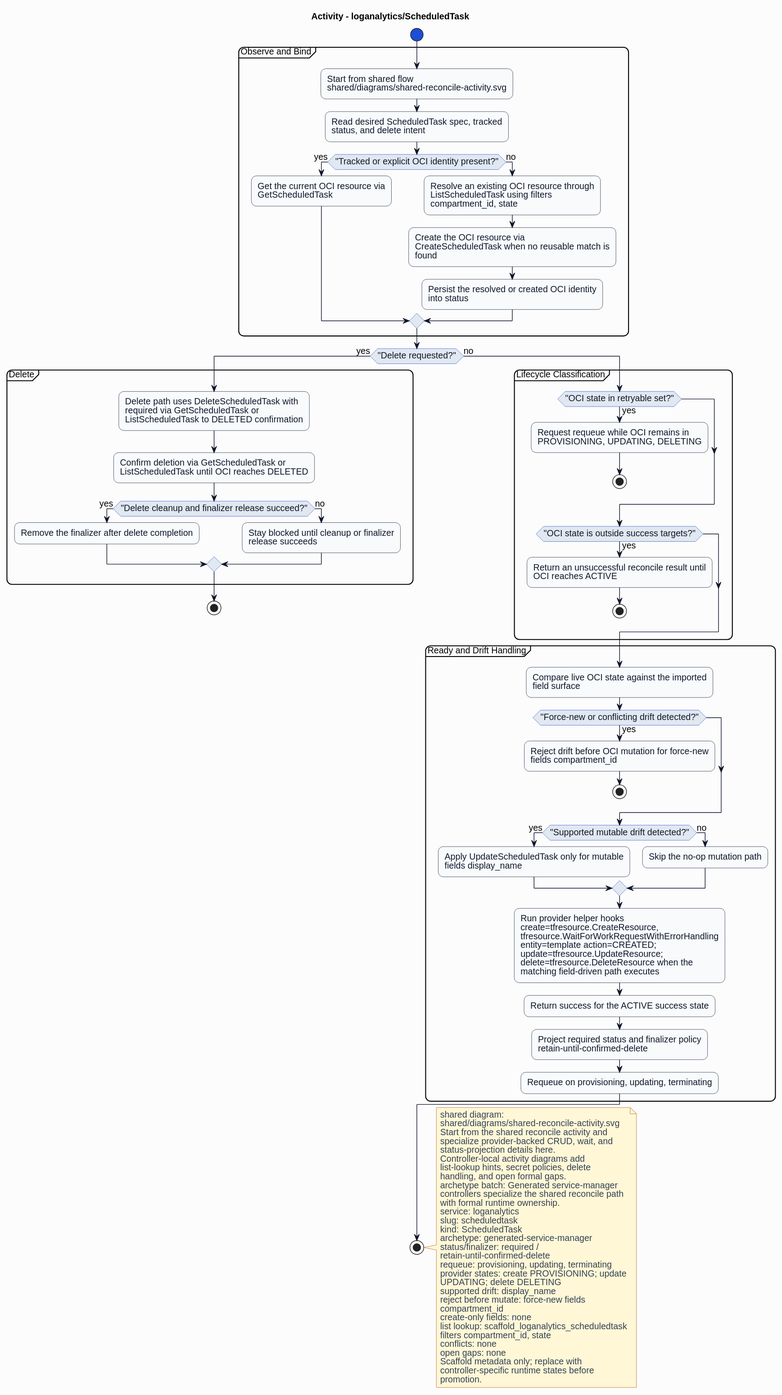
HaoyL666/oci-service-operator keeps this PlantUML diagram as formal/controllers/loganalytics/scheduledtask/diagrams/activity.svg. Above is the earlier version. The source it was exported from:
```plantuml
@startuml
skinparam shadowing false
skinparam backgroundColor #fcfcfd
skinparam defaultFontName Helvetica
skinparam defaultFontSize 14
skinparam arrowColor #0f172a
skinparam noteBackgroundColor #fff7d6
skinparam noteBorderColor #b45309
skinparam noteFontColor #334155
skinparam roundcorner 16
title Activity - loganalytics/ScheduledTask
skinparam activity {
  backgroundColor #f8fafc
  borderColor #0f172a
  fontColor #0f172a
  diamondBackgroundColor #e2e8f0
  diamondBorderColor #1d4ed8
  diamondFontColor #0f172a
  startColor #1d4ed8
  endColor #0f172a
  barColor #1d4ed8
}
start
partition "Observe and Bind" {
:Start from shared flow\nshared/diagrams/shared-reconcile-activity.svg;
:Read desired ScheduledTask spec, tracked\nstatus, and delete intent;
if ("Tracked or explicit OCI identity present?") then (yes)
:Get the current OCI resource via\nGetScheduledTask;
else (no)
:Resolve an existing OCI resource through\nListScheduledTask using filters\ncompartment_id, state;
:Create the OCI resource via\nCreateScheduledTask when no reusable match is\nfound;
:Persist the resolved or created OCI identity\ninto status;
endif
}
if ("Delete requested?") then (yes)
partition "Delete" {
:Delete path uses DeleteScheduledTask with\nrequired via GetScheduledTask or\nListScheduledTask to DELETED confirmation;
:Confirm deletion via GetScheduledTask or\nListScheduledTask until OCI reaches DELETED;
if ("Delete cleanup and finalizer release succeed?") then (yes)
:Remove the finalizer after delete completion;
else (no)
:Stay blocked until cleanup or finalizer\nrelease succeeds;
endif
}
stop
else (no)
partition "Lifecycle Classification" {
if ("OCI state in retryable set?") then (yes)
:Request requeue while OCI remains in\nPROVISIONING, UPDATING, DELETING;
stop
endif
if ("OCI state is outside success targets?") then (yes)
:Return an unsuccessful reconcile result until\nOCI reaches ACTIVE;
stop
endif
}
partition "Ready and Drift Handling" {
:Compare live OCI state against the imported\nfield surface;
if ("Force-new or conflicting drift detected?") then (yes)
:Reject drift before OCI mutation for force-new\nfields compartment_id;
stop
endif
if ("Supported mutable drift detected?") then (yes)
:Apply UpdateScheduledTask only for mutable\nfields display_name;
else (no)
:Skip the no-op mutation path;
endif
:Run provider helper hooks\ncreate=tfresource.CreateResource,\ntfresource.WaitForWorkRequestWithErrorHandling\nentity=template action=CREATED;\nupdate=tfresource.UpdateResource;\ndelete=tfresource.DeleteResource when the\nmatching field-driven path executes;
:Return success for the ACTIVE success state;
:Project required status and finalizer policy\nretain-until-confirmed-delete;
:Requeue on provisioning, updating, terminating;
}
endif
stop
note right
shared diagram:
shared/diagrams/shared-reconcile-activity.svg
Start from the shared reconcile activity and
specialize provider-backed CRUD, wait, and
status-projection details here.
Controller-local activity diagrams add
list-lookup hints, secret policies, delete
handling, and open formal gaps.
archetype batch: Generated service-manager
controllers specialize the shared reconcile path
with formal runtime ownership.
service: loganalytics
slug: scheduledtask
kind: ScheduledTask
archetype: generated-service-manager
status/finalizer: required /
retain-until-confirmed-delete
requeue: provisioning, updating, terminating
provider states: create PROVISIONING; update
UPDATING; delete DELETING
supported drift: display_name
reject before mutate: force-new fields
compartment_id
create-only fields: none
list lookup: scaffold_loganalytics_scheduledtask
filters compartment_id, state
conflicts: none
open gaps: none
Scaffold metadata only; replace with
controller-specific runtime states before
promotion.
end note
@enduml
```
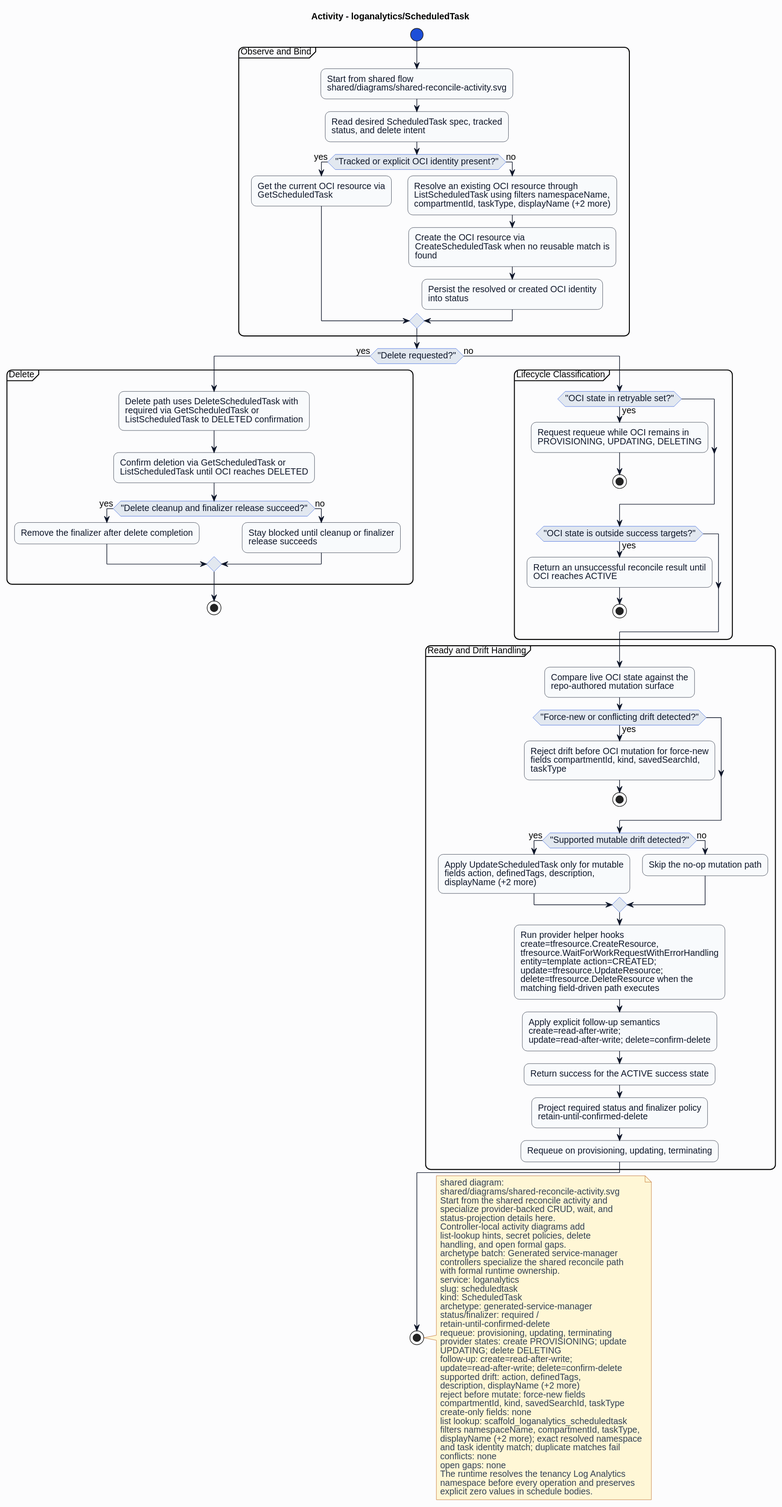
The same diagram one commit later.

The edit, as a diff of the source:
```diff
@@ -27,7 +27,7 @@
 if ("Tracked or explicit OCI identity present?") then (yes)
 :Get the current OCI resource via\nGetScheduledTask;
 else (no)
-:Resolve an existing OCI resource through\nListScheduledTask using filters\ncompartment_id, state;
+:Resolve an existing OCI resource through\nListScheduledTask using filters namespaceName,\ncompartmentId, taskType, displayName (+2 more);
 :Create the OCI resource via\nCreateScheduledTask when no reusable match is\nfound;
 :Persist the resolved or created OCI identity\ninto status;
 endif
@@ -55,17 +55,18 @@
 endif
 }
 partition "Ready and Drift Handling" {
-:Compare live OCI state against the imported\nfield surface;
+:Compare live OCI state against the\nrepo-authored mutation surface;
 if ("Force-new or conflicting drift detected?") then (yes)
-:Reject drift before OCI mutation for force-new\nfields compartment_id;
+:Reject drift before OCI mutation for force-new\nfields compartmentId, kind, savedSearchId,\ntaskType;
 stop
 endif
 if ("Supported mutable drift detected?") then (yes)
-:Apply UpdateScheduledTask only for mutable\nfields display_name;
+:Apply UpdateScheduledTask only for mutable\nfields action, definedTags, description,\ndisplayName (+2 more);
 else (no)
 :Skip the no-op mutation path;
 endif
 :Run provider helper hooks\ncreate=tfresource.CreateResource,\ntfresource.WaitForWorkRequestWithErrorHandling\nentity=template action=CREATED;\nupdate=tfresource.UpdateResource;\ndelete=tfresource.DeleteResource when the\nmatching field-driven path executes;
+:Apply explicit follow-up semantics\ncreate=read-after-write;\nupdate=read-after-write; delete=confirm-delete;
 :Return success for the ACTIVE success state;
 :Project required status and finalizer policy\nretain-until-confirmed-delete;
 :Requeue on provisioning, updating, terminating;
@@ -93,16 +94,21 @@
 requeue: provisioning, updating, terminating
 provider states: create PROVISIONING; update
 UPDATING; delete DELETING
-supported drift: display_name
+follow-up: create=read-after-write;
+update=read-after-write; delete=confirm-delete
+supported drift: action, definedTags,
+description, displayName (+2 more)
 reject before mutate: force-new fields
-compartment_id
+compartmentId, kind, savedSearchId, taskType
 create-only fields: none
 list lookup: scaffold_loganalytics_scheduledtask
-filters compartment_id, state
+filters namespaceName, compartmentId, taskType,
+displayName (+2 more); exact resolved namespace
+and task identity match; duplicate matches fail
 conflicts: none
 open gaps: none
-Scaffold metadata only; replace with
-controller-specific runtime states before
-promotion.
+The runtime resolves the tenancy Log Analytics
+namespace before every operation and preserves
+explicit zero values in schedule bodies.
 end note
 @enduml
```
